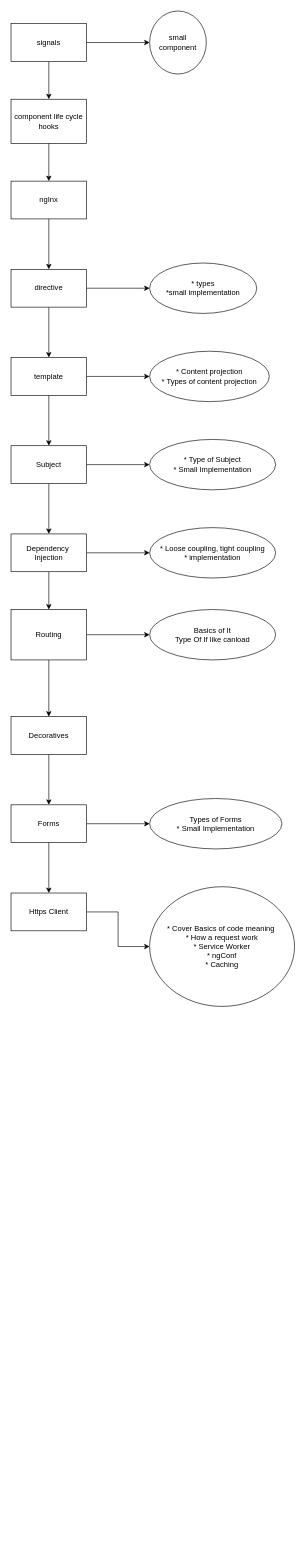
Above: Untitled Diagram.drawio in RavishVarma59/Signals (draw.io), before the change. Source tidied: cells renumbered, new cells numbered last; positions are measured from the earlier drawing's top-left corner, leaving out a move shared by most shapes. Both pictures are drawn from the tidied source at 63%, with x=0, y=0 at pixel (11, 11).
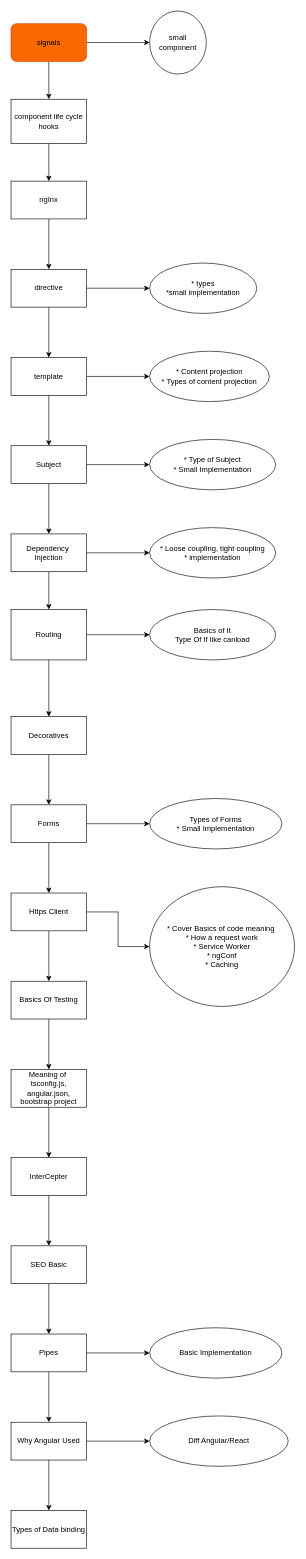
After the change.

The change refers to these unchanged cells:
```xml
<mxCell id="38" value="Https Client" style="whiteSpace=wrap;html=1;rounded=0;" parent="1" vertex="1">
  <mxGeometry y="1400" width="120" height="60" as="geometry" />
</mxCell>
```

Change to the diagram source:
```diff
@@
-    <mxCell id="4" value="signals" style="rounded=0;whiteSpace=wrap;html=1;" parent="1" vertex="1">
+    <mxCell id="4" value="signals" style="rounded=1;whiteSpace=wrap;html=1;fillColor=#fa6800;strokeColor=#DD3E00;fontColor=#000000;" parent="1" vertex="1">
       <mxGeometry y="20" width="120" height="60" as="geometry" />
     </mxCell>
@@
+    <mxCell id="40" style="edgeStyle=orthogonalEdgeStyle;rounded=0;jettySize=auto;html=1;" parent="1" edge="1" source="38" target="42">
+      <mxGeometry relative="1" as="geometry" />
+    </mxCell>
@@
+    <mxCell id="41" style="edgeStyle=orthogonalEdgeStyle;rounded=0;jettySize=auto;html=1;" parent="1" edge="1" source="42" target="44">
+      <mxGeometry relative="1" as="geometry" />
+    </mxCell>
+    <mxCell id="42" value="Basics Of Testing" style="whiteSpace=wrap;html=1;rounded=0;" parent="1" vertex="1">
+      <mxGeometry y="1540" width="120" height="60" as="geometry" />
+    </mxCell>
+    <mxCell id="43" style="edgeStyle=orthogonalEdgeStyle;rounded=0;jettySize=auto;html=1;" parent="1" edge="1" source="44" target="46">
+      <mxGeometry relative="1" as="geometry" />
+    </mxCell>
+    <mxCell id="44" value="Meaning of&amp;nbsp;&lt;div&gt;tsconfig.js, angular.json, bootstrap project&lt;/div&gt;" style="whiteSpace=wrap;html=1;rounded=0;" parent="1" vertex="1">
+      <mxGeometry y="1680" width="120" height="60" as="geometry" />
+    </mxCell>
+    <mxCell id="45" style="edgeStyle=orthogonalEdgeStyle;rounded=0;jettySize=auto;html=1;" parent="1" edge="1" source="46" target="48">
+      <mxGeometry relative="1" as="geometry" />
+    </mxCell>
+    <mxCell id="46" value="InterCepter" style="whiteSpace=wrap;html=1;rounded=0;" parent="1" vertex="1">
+      <mxGeometry y="1820" width="120" height="60" as="geometry" />
+    </mxCell>
+    <mxCell id="47" style="edgeStyle=orthogonalEdgeStyle;rounded=0;jettySize=auto;html=1;" parent="1" edge="1" source="48" target="51">
+      <mxGeometry relative="1" as="geometry" />
+    </mxCell>
+    <mxCell id="48" value="SEO Basic" style="whiteSpace=wrap;html=1;rounded=0;" parent="1" vertex="1">
+      <mxGeometry y="1960" width="120" height="60" as="geometry" />
+    </mxCell>
+    <mxCell id="49" style="edgeStyle=orthogonalEdgeStyle;rounded=0;jettySize=auto;html=1;" parent="1" edge="1" source="51" target="52">
+      <mxGeometry relative="1" as="geometry" />
+    </mxCell>
+    <mxCell id="50" style="edgeStyle=orthogonalEdgeStyle;rounded=0;jettySize=auto;html=1;" parent="1" edge="1" source="51" target="55">
+      <mxGeometry relative="1" as="geometry" />
+    </mxCell>
+    <mxCell id="51" value="Pipes" style="whiteSpace=wrap;html=1;rounded=0;" parent="1" vertex="1">
+      <mxGeometry y="2100" width="120" height="60" as="geometry" />
+    </mxCell>
+    <mxCell id="52" value="Basic Implementation" style="ellipse;whiteSpace=wrap;html=1;rounded=0;" parent="1" vertex="1">
+      <mxGeometry x="220" y="2090" width="210" height="80" as="geometry" />
+    </mxCell>
+    <mxCell id="53" style="edgeStyle=orthogonalEdgeStyle;rounded=0;jettySize=auto;html=1;" parent="1" edge="1" source="55" target="56">
+      <mxGeometry relative="1" as="geometry" />
+    </mxCell>
+    <mxCell id="54" style="edgeStyle=orthogonalEdgeStyle;rounded=0;jettySize=auto;html=1;" parent="1" edge="1" source="55" target="57">
+      <mxGeometry relative="1" as="geometry" />
+    </mxCell>
+    <mxCell id="55" value="Why Angular Used" style="whiteSpace=wrap;html=1;rounded=0;" parent="1" vertex="1">
+      <mxGeometry y="2240" width="120" height="60" as="geometry" />
+    </mxCell>
+    <mxCell id="56" value="Diff Angular/React" style="ellipse;whiteSpace=wrap;html=1;rounded=0;" parent="1" vertex="1">
+      <mxGeometry x="220" y="2230" width="220" height="80" as="geometry" />
+    </mxCell>
+    <mxCell id="57" value="Types of Data binding" style="whiteSpace=wrap;html=1;rounded=0;" parent="1" vertex="1">
+      <mxGeometry y="2380" width="120" height="60" as="geometry" />
+    </mxCell>
```
